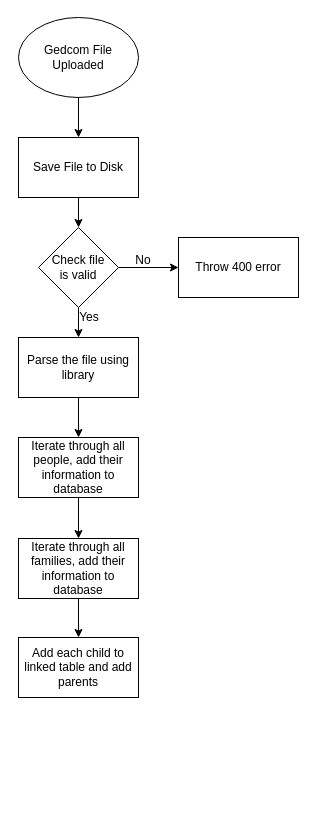
Above: design/NEA - ged2sql.drawio in Boxersteavee/nea (draw.io), before the change. Source tidied: cells renumbered, new cells numbered last; positions are measured from the earlier drawing's top-left corner, leaving out a move shared by most shapes. Both pictures are drawn from the tidied source at 100%, with x=0, y=0 at pixel (18, 17).
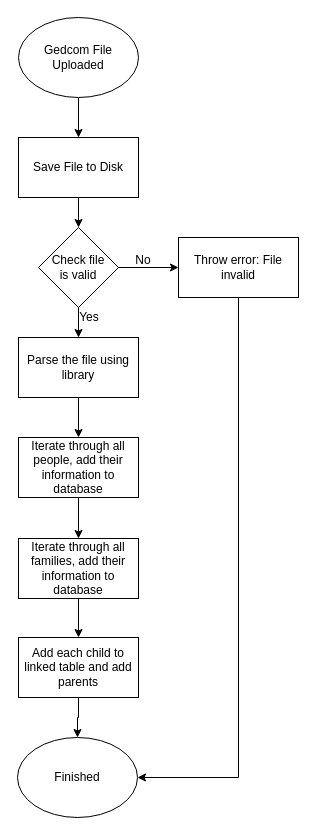
The same diagram, later.

Unchanged cells that the change refers to:
```xml
<mxCell id="18" value="Add each child to linked table and add parents" style="whiteSpace=wrap;html=1;" parent="1" vertex="1">
  <mxGeometry y="620" width="120" height="60" as="geometry" />
</mxCell>
```

Diff of the diagram source:
```diff
@@
+    <mxCell id="19" style="edgeStyle=orthogonalEdgeStyle;rounded=0;jettySize=auto;html=1;entryX=1;entryY=0.5;entryDx=0;entryDy=0;" parent="1" edge="1" source="14" target="21">
+      <mxGeometry relative="1" as="geometry">
+        <Array as="points">
+          <mxPoint x="220" y="760" />
+        </Array>
+      </mxGeometry>
+    </mxCell>
-    <mxCell id="14" value="Throw 400 error" style="whiteSpace=wrap;html=1;" parent="1" vertex="1">
+    <mxCell id="14" value="Throw error: File invalid" style="whiteSpace=wrap;html=1;" parent="1" vertex="1">
       <mxGeometry x="160" y="220" width="120" height="60" as="geometry" />
     </mxCell>
@@
+    <mxCell id="20" style="edgeStyle=orthogonalEdgeStyle;rounded=0;jettySize=auto;html=1;entryX=0.5;entryY=0;entryDx=0;entryDy=0;" parent="1" edge="1" source="18" target="21">
+      <mxGeometry relative="1" as="geometry" />
+    </mxCell>
@@
+    <mxCell id="21" value="Finished" style="ellipse;whiteSpace=wrap;html=1;" parent="1" vertex="1">
+      <mxGeometry x="-1" y="720" width="120" height="80" as="geometry" />
+    </mxCell>
```
